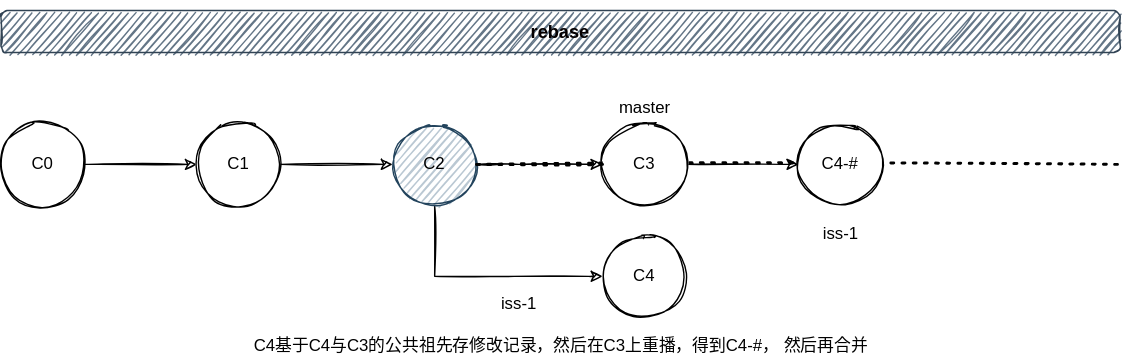
cd-home/Root keeps this draw.io diagram as 03-工作环境/images/rebase.svg. Above is the earlier version. Source tidied: cells renumbered, new cells last; positions are measured from the earlier drawing's top-left corner, leaving out a move shared by most shapes.
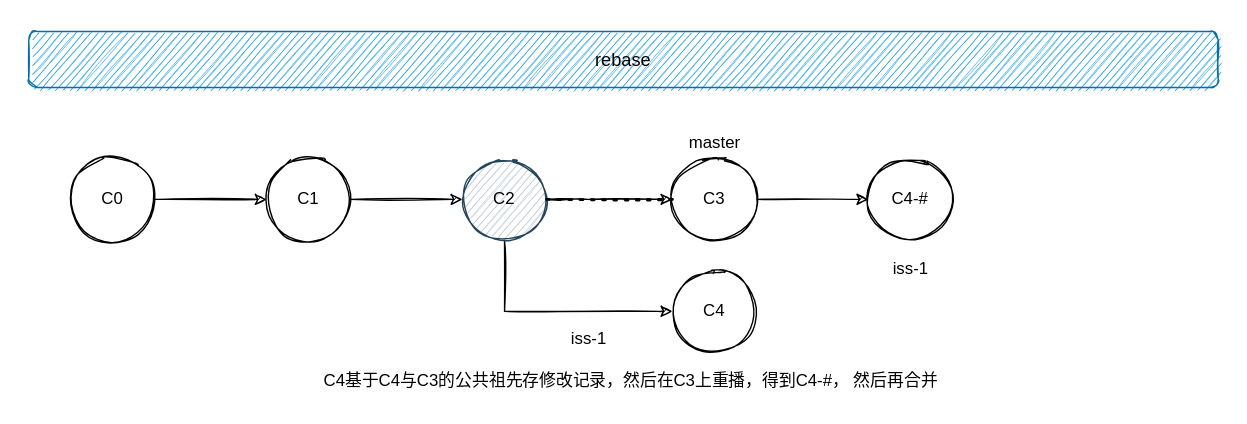
Later version of the same file.

What changed in the source:
```diff
@@ -2,8 +2,8 @@
   <root>
     <mxCell id="0" />
     <mxCell id="1" parent="0" />
-    <mxCell id="2" value="&lt;h3&gt;&lt;font style=&quot;font-size: 13px&quot; color=&quot;#050001&quot;&gt;rebase&lt;/font&gt;&lt;/h3&gt;" style="rounded=1;whiteSpace=wrap;html=1;fillColor=#647687;strokeColor=#314354;fontColor=#ffffff;sketch=1;" parent="1" vertex="1">
-      <mxGeometry width="800" height="30" as="geometry" />
+    <mxCell id="2" value="&lt;h3&gt;&lt;font style=&quot;font-size: 13px; font-weight: normal;&quot; color=&quot;#050001&quot;&gt;rebase&lt;/font&gt;&lt;/h3&gt;" style="rounded=1;whiteSpace=wrap;html=1;fillColor=#1ba1e2;strokeColor=#006EAF;fontColor=#ffffff;sketch=1;" parent="1" vertex="1">
+      <mxGeometry x="-30" y="-10" width="850" height="40" as="geometry" />
     </mxCell>
     <mxCell id="3" style="edgeStyle=orthogonalEdgeStyle;rounded=0;jettySize=auto;html=1;sketch=1;" parent="1" edge="1" source="4" target="6">
       <mxGeometry relative="1" as="geometry" />
@@ -42,12 +42,6 @@
     <mxCell id="11" value="iss-1" style="text;html=1;align=center;verticalAlign=middle;strokeColor=none;sketch=1;" parent="1" vertex="1">
       <mxGeometry x="350" y="200" width="40" height="20" as="geometry" />
     </mxCell>
-    <mxCell id="12" style="endArrow=none;dashed=1;html=1;dashPattern=1 3;strokeWidth=2;startArrow=none;sketch=1;" parent="1" edge="1">
-      <mxGeometry relative="1" as="geometry">
-        <mxPoint x="340" y="110" as="sourcePoint" />
-        <mxPoint x="800" y="110" as="targetPoint" />
-      </mxGeometry>
-    </mxCell>
     <mxCell id="13" value="master" style="text;html=1;align=center;verticalAlign=middle;strokeColor=none;sketch=1;" parent="1" vertex="1">
       <mxGeometry x="435" y="60" width="50" height="20" as="geometry" />
     </mxCell>
```
